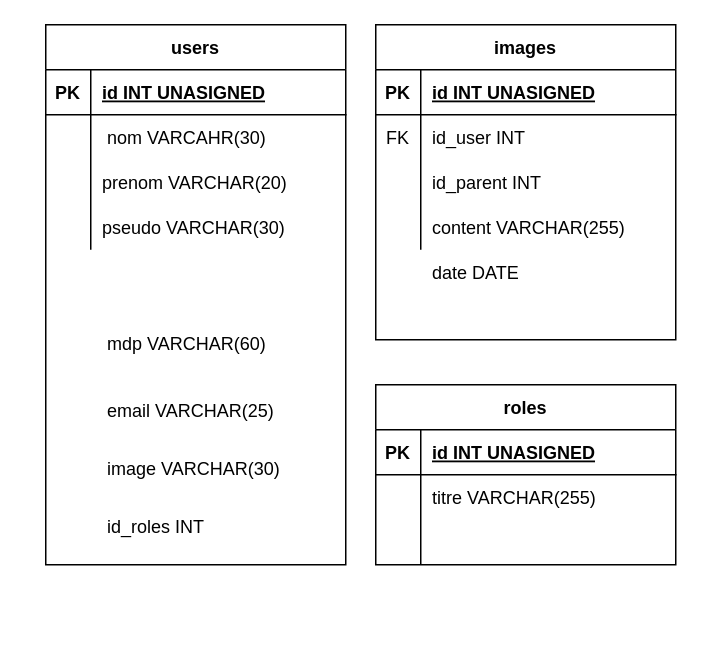
Earlier version of the draw.io diagram page "SQL" (1 of 4) of backend/sql.drawio (Dutdut77/GRANDMAIRENicolas_7_14042021). Source tidied: cells renumbered, new cells numbered last; positions are measured from the earlier drawing's top-left corner, leaving out a move shared by most shapes. Both pictures are drawn from the tidied source at 150%, with x=0, y=0 at pixel (45, 24).
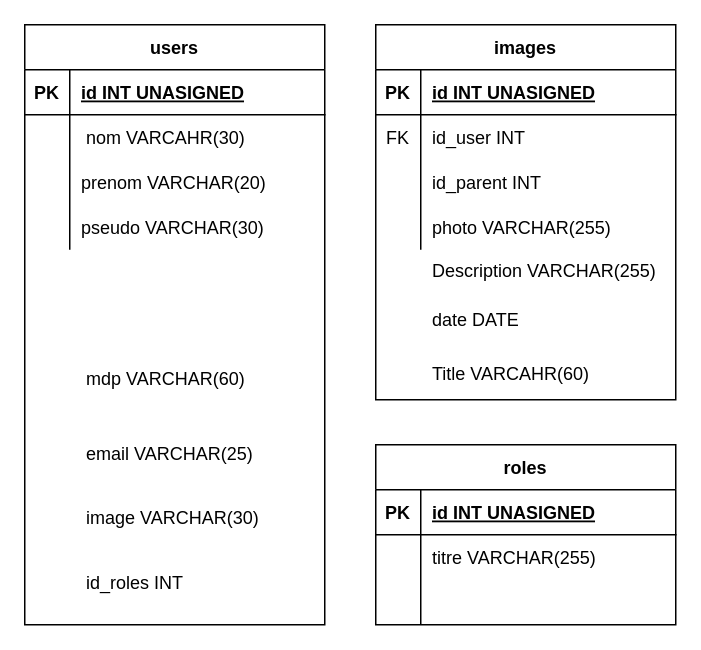
The same diagram, later.

Unchanged cells that the change refers to:
```xml
<mxCell id="13" style="shape=partialRectangle;fillColor=none;top=0;left=0;bottom=0;right=0;" parent="3" vertex="1">
  <mxGeometry y="120" width="200" height="30" as="geometry" />
</mxCell>
```

Change to the diagram source:
```diff
@@
     <mxCell id="2" style="group;" parent="1" vertex="1">
-      <mxGeometry x="220" width="200" height="210" as="geometry" />
+      <mxGeometry x="220" width="200" height="250" as="geometry" />
     </mxCell>
     <mxCell id="3" value="images" style="shape=table;startSize=30;childLayout=tableLayout;rowLines=0;fontStyle=1;align=center;" parent="2" vertex="1">
-      <mxGeometry width="200" height="210" as="geometry" />
+      <mxGeometry width="200" height="250" as="geometry" />
     </mxCell>
@@
-    <mxCell id="15" value="content VARCHAR(255)" style="shape=partialRectangle;fillColor=none;top=0;left=0;bottom=0;right=0;align=left;spacingLeft=6;overflow=hidden;" parent="13" vertex="1">
+    <mxCell id="15" value="photo VARCHAR(255)" style="shape=partialRectangle;fillColor=none;top=0;left=0;bottom=0;right=0;align=left;spacingLeft=6;overflow=hidden;" parent="13" vertex="1">
       <mxGeometry x="30" width="170" height="30" as="geometry" />
     </mxCell>
     <mxCell id="16" value="date DATE" style="shape=partialRectangle;fillColor=none;top=0;left=0;bottom=0;right=0;align=left;spacingLeft=6;overflow=hidden;" parent="2" vertex="1">
-      <mxGeometry x="30" y="150" width="170" height="30" as="geometry" />
+      <mxGeometry x="30" y="178.6" width="170" height="35.7" as="geometry" />
     </mxCell>
+    <mxCell id="47" value="Title VARCAHR(60)" style="shape=partialRectangle;fillColor=none;top=0;left=0;bottom=0;right=0;align=left;spacingLeft=6;overflow=hidden;" parent="2" vertex="1">
+      <mxGeometry x="30" y="214.3" width="170" height="35.7" as="geometry" />
+    </mxCell>
+    <mxCell id="48" value="Description VARCHAR(255)" style="shape=partialRectangle;fillColor=none;top=0;left=0;bottom=0;right=0;align=left;spacingLeft=6;overflow=hidden;" parent="2" vertex="1">
+      <mxGeometry x="30" y="148.6" width="170" height="30" as="geometry" />
+    </mxCell>
     <mxCell id="17" style="group;" parent="1" vertex="1">
-      <mxGeometry width="200" height="360" as="geometry" />
+      <mxGeometry x="-14" width="200" height="400" as="geometry" />
     </mxCell>
     <mxCell id="18" style="group;" parent="17" vertex="1">
-      <mxGeometry width="200" height="360" as="geometry" />
+      <mxGeometry width="200" height="400" as="geometry" />
     </mxCell>
     <mxCell id="19" value="users" style="shape=table;startSize=30;childLayout=tableLayout;rowLines=0;fontStyle=1;align=center;" parent="18" vertex="1">
-      <mxGeometry width="200" height="360" as="geometry" />
+      <mxGeometry width="200" height="400" as="geometry" />
     </mxCell>
@@
     <mxCell id="32" value="mdp VARCHAR(60)" style="shape=partialRectangle;fillColor=none;top=0;left=0;bottom=0;right=0;align=left;spacingLeft=6;overflow=hidden;" parent="18" vertex="1">
-      <mxGeometry x="33.3" y="192.9" width="166.7" height="38.6" as="geometry" />
+      <mxGeometry x="33.3" y="214.3" width="166.7" height="42.9" as="geometry" />
     </mxCell>
     <mxCell id="33" value="email VARCHAR(25)" style="shape=partialRectangle;fillColor=none;top=0;left=0;bottom=0;right=0;align=left;spacingLeft=6;overflow=hidden;" parent="18" vertex="1">
-      <mxGeometry x="33.3" y="231.4" width="166.7" height="51.4" as="geometry" />
+      <mxGeometry x="33.3" y="257.1" width="166.7" height="57.1" as="geometry" />
     </mxCell>
     <mxCell id="34" value="image VARCHAR(30)" style="shape=partialRectangle;fillColor=none;top=0;left=0;bottom=0;right=0;align=left;spacingLeft=6;overflow=hidden;" parent="18" vertex="1">
-      <mxGeometry x="33.3" y="270" width="166.7" height="51.4" as="geometry" />
+      <mxGeometry x="33.3" y="300" width="166.7" height="57.1" as="geometry" />
     </mxCell>
     <mxCell id="35" value="id_roles INT" style="shape=partialRectangle;fillColor=none;top=0;left=0;bottom=0;right=0;align=left;spacingLeft=6;overflow=hidden;" parent="18" vertex="1">
-      <mxGeometry x="33.3" y="308.6" width="166.7" height="51.4" as="geometry" />
+      <mxGeometry x="33.3" y="342.9" width="166.7" height="57.1" as="geometry" />
     </mxCell>
     <mxCell id="36" style="group;" parent="1" vertex="1">
-      <mxGeometry x="220" y="240" width="200" height="100" as="geometry" />
+      <mxGeometry x="220" y="280" width="200" height="100" as="geometry" />
     </mxCell>
```
